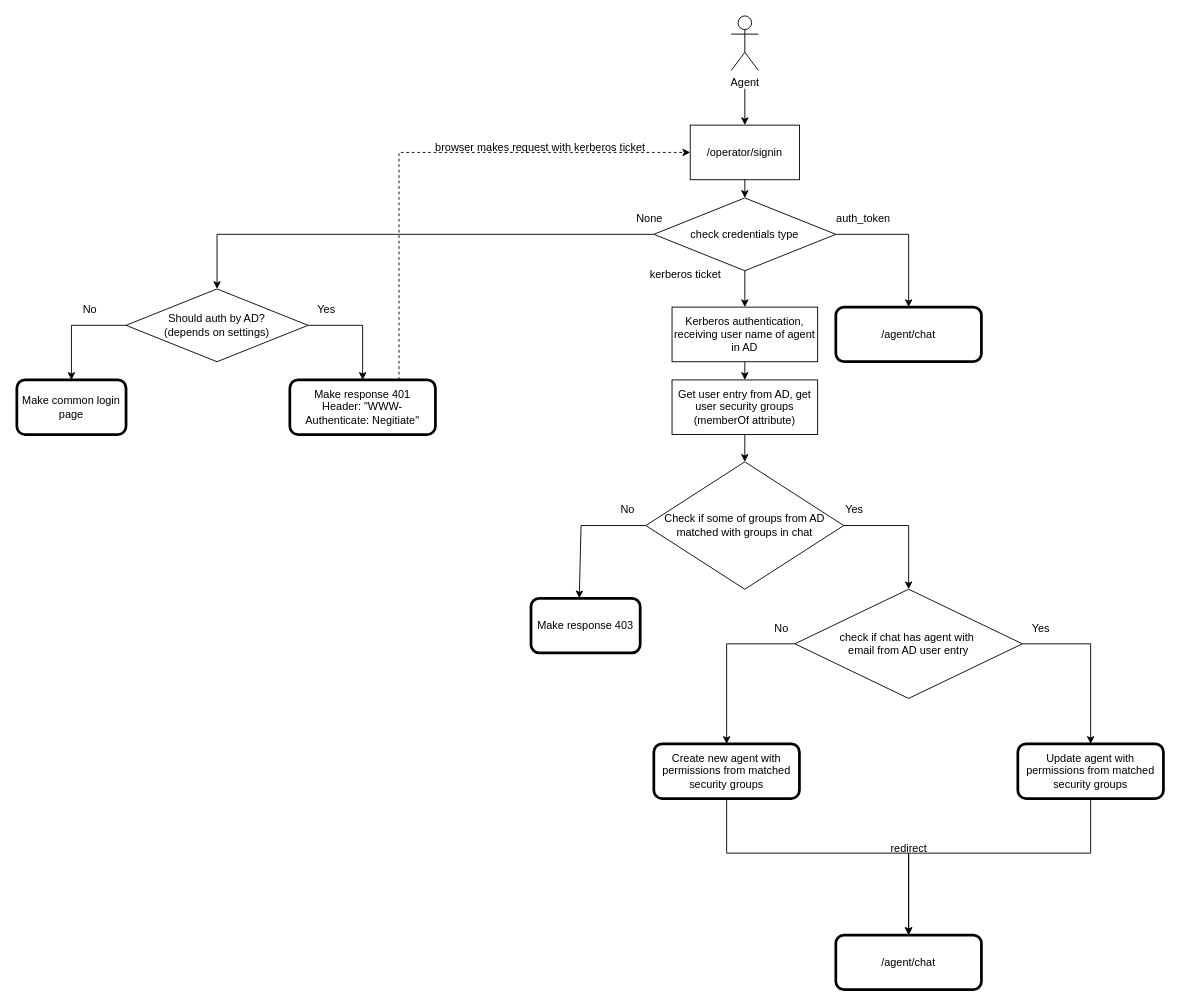
This is integration_with_security_groups.drawio from vasiliypozhinskiy/AD_integrations, a draw.io file, before an edit. Source tidied: cells renumbered, new cells numbered last; positions are measured from the earlier drawing's top-left corner, leaving out a move shared by most shapes. Both pictures are drawn from the tidied source at 91%, with x=0, y=0 at pixel (16, 15).
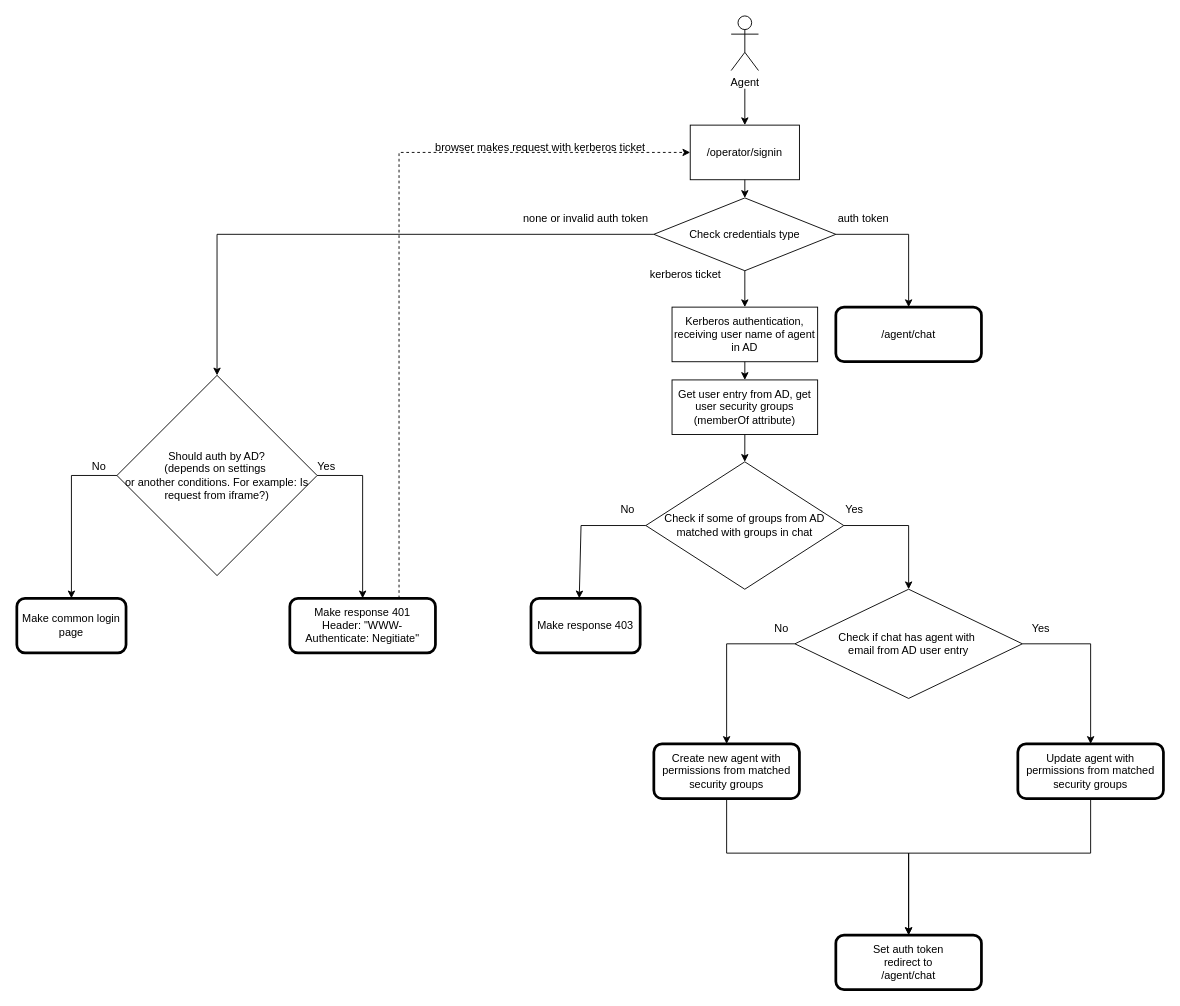
The same page after the edit.

Change to the diagram source:
```diff
@@
-    <mxCell id="6" value="check credentials type" style="rhombus;whiteSpace=wrap;html=1;" parent="1" vertex="1">
+    <mxCell id="6" value="Check credentials type" style="rhombus;whiteSpace=wrap;html=1;" parent="1" vertex="1">
       <mxGeometry x="700" y="200" width="200" height="80" as="geometry" />
     </mxCell>
@@
-    <mxCell id="8" value="auth_token" style="text;html=1;align=center;verticalAlign=middle;strokeColor=none;fillColor=none;" parent="1" vertex="1">
+    <mxCell id="8" value="auth token" style="text;html=1;align=center;verticalAlign=middle;strokeColor=none;fillColor=none;" parent="1" vertex="1">
       <mxGeometry x="890" y="208" width="80" height="30" as="geometry" />
     </mxCell>
@@
-    <mxCell id="13" style="endArrow=classic;html=1;rounded=0;exitX=0;exitY=0.5;exitDx=0;exitDy=0;" parent="1" edge="1" source="6" target="15">
+    <mxCell id="13" style="endArrow=classic;html=1;rounded=0;exitX=0;exitY=0.5;exitDx=0;exitDy=0;entryX=0.5;entryY=0;entryDx=0;entryDy=0;" parent="1" edge="1" source="6" target="45">
       <mxGeometry relative="1" as="geometry">
         <Array as="points">
           <mxPoint x="220" y="240" />
         </Array>
       </mxGeometry>
     </mxCell>
-    <mxCell id="14" value="None" style="text;html=1;align=center;verticalAlign=middle;strokeColor=none;fillColor=none;" parent="1" vertex="1">
-      <mxGeometry x="670" y="208" width="50" height="30" as="geometry" />
-    </mxCell>
-    <mxCell id="15" value="&lt;div&gt;Should auth by AD?&lt;/div&gt;&lt;div&gt;(depends on settings)&lt;/div&gt;" style="rhombus;whiteSpace=wrap;html=1;" parent="1" vertex="1">
-      <mxGeometry x="120" y="300" width="200" height="80" as="geometry" />
-    </mxCell>
-    <mxCell id="16" style="endArrow=classic;html=1;rounded=0;exitX=1;exitY=0.5;exitDx=0;exitDy=0;" parent="1" edge="1" source="15">
-      <mxGeometry relative="1" as="geometry">
-        <mxPoint x="380" y="400" as="targetPoint" />
-        <Array as="points">
-          <mxPoint x="380" y="340" />
-        </Array>
-      </mxGeometry>
-    </mxCell>
-    <mxCell id="17" style="endArrow=classic;html=1;rounded=0;" parent="1" edge="1" source="15">
-      <mxGeometry relative="1" as="geometry">
-        <mxPoint x="60" y="400" as="targetPoint" />
-        <Array as="points">
-          <mxPoint x="60" y="340" />
-        </Array>
-      </mxGeometry>
-    </mxCell>
-    <mxCell id="18" value="No" style="text;html=1;align=center;verticalAlign=middle;strokeColor=none;fillColor=none;" parent="1" vertex="1">
-      <mxGeometry x="60" y="308" width="40" height="30" as="geometry" />
-    </mxCell>
-    <mxCell id="19" value="Make common login page" style="rounded=1;whiteSpace=wrap;html=1;strokeWidth=3;" parent="1" vertex="1">
-      <mxGeometry y="400" width="120" height="60" as="geometry" />
-    </mxCell>
-    <mxCell id="20" value="&lt;div&gt;Make response 401&lt;/div&gt;&lt;div&gt;Header: &quot;WWW-Authenticate: Negitiate&quot;&lt;br&gt;&lt;/div&gt;" style="rounded=1;whiteSpace=wrap;html=1;glass=0;strokeWidth=3;" parent="1" vertex="1">
-      <mxGeometry x="300" y="400" width="160" height="60" as="geometry" />
-    </mxCell>
-    <mxCell id="21" value="Yes" style="text;html=1;align=center;verticalAlign=middle;strokeColor=none;fillColor=none;" parent="1" vertex="1">
-      <mxGeometry x="320" y="308" width="40" height="30" as="geometry" />
-    </mxCell>
@@
-    <mxCell id="31" value="&lt;div&gt;check if chat has agent with&amp;nbsp;&lt;/div&gt;&lt;div&gt;email from AD user entry&lt;/div&gt;" style="rhombus;whiteSpace=wrap;html=1;" parent="1" vertex="1">
+    <mxCell id="31" value="&lt;div&gt;Check if chat has agent with&amp;nbsp;&lt;/div&gt;&lt;div&gt;email from AD user entry&lt;/div&gt;" style="rhombus;whiteSpace=wrap;html=1;" parent="1" vertex="1">
       <mxGeometry x="855" y="630" width="250" height="120" as="geometry" />
     </mxCell>
@@
-    <mxCell id="42" value="/agent/chat" style="rounded=1;whiteSpace=wrap;html=1;strokeWidth=3;" parent="1" vertex="1">
+    <mxCell id="42" value="&lt;div&gt;Set auth token&lt;/div&gt;&lt;div&gt;redirect to&lt;br&gt;&lt;/div&gt;&lt;div&gt;/agent/chat&lt;/div&gt;" style="rounded=1;whiteSpace=wrap;html=1;strokeWidth=3;" parent="1" vertex="1">
       <mxGeometry x="900" y="1010" width="160" height="60" as="geometry" />
     </mxCell>
-    <mxCell id="43" value="redirect" style="text;html=1;align=center;verticalAlign=middle;strokeColor=none;fillColor=none;" parent="1" vertex="1">
-      <mxGeometry x="950" y="900" width="60" height="30" as="geometry" />
-    </mxCell>
+    <mxCell id="44" value="none or invalid auth token" style="text;html=1;align=center;verticalAlign=middle;strokeColor=none;fillColor=none;" parent="1" vertex="1">
+      <mxGeometry x="545" y="208" width="160" height="30" as="geometry" />
+    </mxCell>
+    <mxCell id="45" value="&lt;div&gt;Should auth by AD?&lt;/div&gt;&lt;div&gt;(depends on settings&amp;nbsp;&lt;/div&gt;&lt;div&gt;or another conditions. For example: Is request from iframe?)&lt;/div&gt;" style="rhombus;whiteSpace=wrap;html=1;" parent="1" vertex="1">
+      <mxGeometry x="110" y="395" width="220" height="220" as="geometry" />
+    </mxCell>
+    <mxCell id="46" style="endArrow=classic;html=1;rounded=0;exitX=1;exitY=0.5;exitDx=0;exitDy=0;entryX=0.5;entryY=0;entryDx=0;entryDy=0;" parent="1" edge="1" source="45" target="20">
+      <mxGeometry relative="1" as="geometry">
+        <Array as="points">
+          <mxPoint x="380" y="505" />
+        </Array>
+      </mxGeometry>
+    </mxCell>
+    <mxCell id="47" style="endArrow=classic;html=1;rounded=0;entryX=0.5;entryY=0;entryDx=0;entryDy=0;" parent="1" edge="1" source="45" target="19">
+      <mxGeometry relative="1" as="geometry">
+        <Array as="points">
+          <mxPoint x="60" y="505" />
+        </Array>
+      </mxGeometry>
+    </mxCell>
+    <mxCell id="18" value="No" style="text;html=1;align=center;verticalAlign=middle;strokeColor=none;fillColor=none;" parent="1" vertex="1">
+      <mxGeometry x="70" y="480" width="40" height="30" as="geometry" />
+    </mxCell>
+    <mxCell id="19" value="Make common login page" style="rounded=1;whiteSpace=wrap;html=1;strokeWidth=3;" parent="1" vertex="1">
+      <mxGeometry y="640" width="120" height="60" as="geometry" />
+    </mxCell>
+    <mxCell id="20" value="&lt;div&gt;Make response 401&lt;/div&gt;&lt;div&gt;Header: &quot;WWW-Authenticate: Negitiate&quot;&lt;br&gt;&lt;/div&gt;" style="rounded=1;whiteSpace=wrap;html=1;glass=0;strokeWidth=3;" parent="1" vertex="1">
+      <mxGeometry x="300" y="640" width="160" height="60" as="geometry" />
+    </mxCell>
+    <mxCell id="21" value="Yes" style="text;html=1;align=center;verticalAlign=middle;strokeColor=none;fillColor=none;" parent="1" vertex="1">
+      <mxGeometry x="320" y="480" width="40" height="30" as="geometry" />
+    </mxCell>
```
